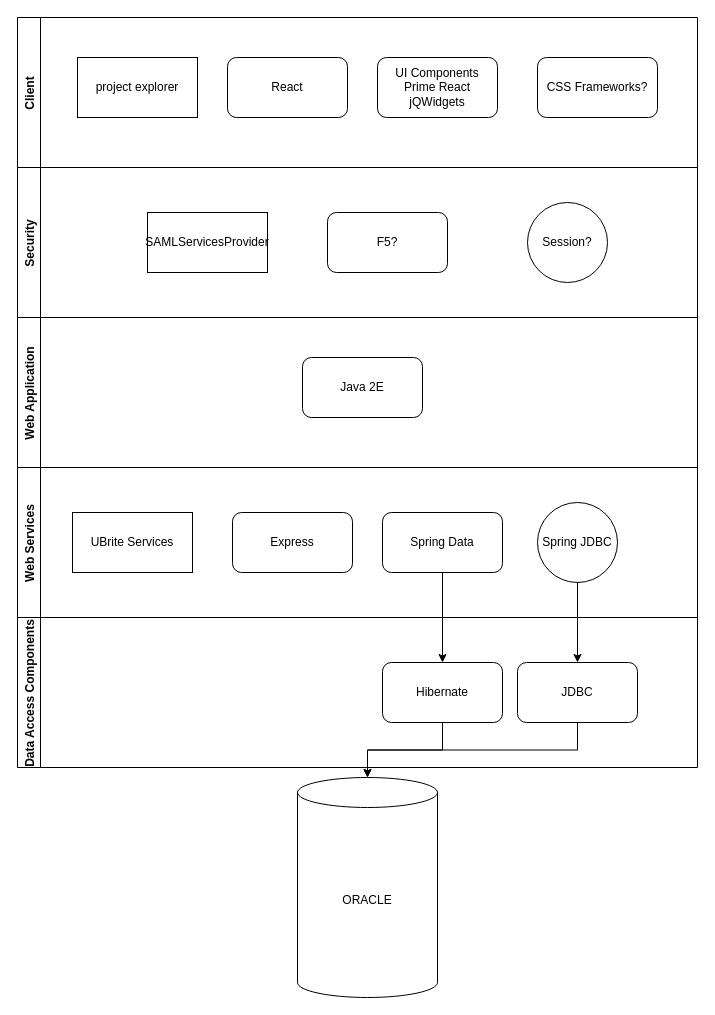
ntimkovich/UAB-II-Diagrams keeps this draw.io diagram as page "Current" (1 of 4) of Tech Stack Options.drawio. Above is the earlier version. Source tidied: cells renumbered, new cells numbered last; positions are measured from the earlier drawing's top-left corner, leaving out a move shared by most shapes. Both pictures are drawn from the tidied source at 100%, with x=0, y=0 at pixel (17, 17).
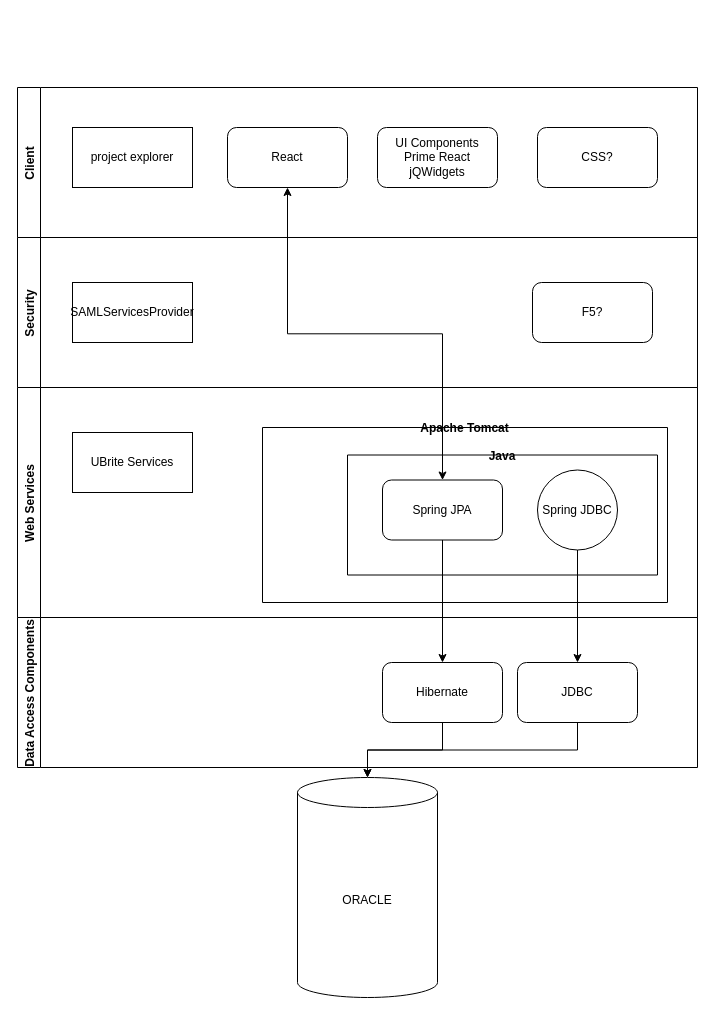
Above is the later version.

The change refers to these unchanged cells:
```xml
<mxCell id="4" value="Hibernate" style="rounded=1;whiteSpace=wrap;html=1;" parent="3" vertex="1">
  <mxGeometry x="365" y="45" width="120" height="60" as="geometry" />
</mxCell>
<mxCell id="5" value="JDBC" style="rounded=1;whiteSpace=wrap;html=1;" parent="3" vertex="1">
  <mxGeometry x="500" y="45" width="120" height="60" as="geometry" />
</mxCell>
<mxCell id="9" value="React" style="rounded=1;whiteSpace=wrap;html=1;" parent="8" vertex="1">
  <mxGeometry x="210" y="40" width="120" height="60" as="geometry" />
</mxCell>
```

Diff of the diagram source:
```diff
@@
-    <mxCell id="0" />
-    <mxCell id="1" parent="0" />
+    <mxCell id="26" />
+    <mxCell id="27" parent="26" />
-    <mxCell id="2" value="ORACLE" style="shape=cylinder3;whiteSpace=wrap;html=1;boundedLbl=1;backgroundOutline=1;size=15;" parent="1" vertex="1">
+    <mxCell id="2" value="ORACLE" style="shape=cylinder3;whiteSpace=wrap;html=1;boundedLbl=1;backgroundOutline=1;size=15;" parent="27" vertex="1">
       <mxGeometry x="280" y="760" width="140" height="220" as="geometry" />
     </mxCell>
-    <mxCell id="3" value="Data Access Components" style="swimlane;horizontal=0;" parent="1" vertex="1">
+    <mxCell id="3" value="Data Access Components" style="swimlane;horizontal=0;" parent="27" vertex="1">
       <mxGeometry y="600" width="680" height="150" as="geometry" />
     </mxCell>
@@
-    <mxCell id="6" value="Web Application" style="swimlane;horizontal=0;" parent="1" vertex="1">
-      <mxGeometry y="300" width="680" height="150" as="geometry" />
-    </mxCell>
-    <mxCell id="7" value="Java 2E" style="rounded=1;whiteSpace=wrap;html=1;" parent="6" vertex="1">
-      <mxGeometry x="285" y="40" width="120" height="60" as="geometry" />
-    </mxCell>
-    <mxCell id="8" value="Client" style="swimlane;horizontal=0;startSize=23;" parent="1" vertex="1">
-      <mxGeometry width="680" height="150" as="geometry" />
+    <mxCell id="8" value="Client" style="swimlane;horizontal=0;startSize=23;" parent="27" vertex="1">
+      <mxGeometry y="70" width="680" height="150" as="geometry" />
     </mxCell>
@@
-    <mxCell id="10" value="CSS Frameworks?" style="rounded=1;whiteSpace=wrap;html=1;" parent="8" vertex="1">
-      <mxGeometry x="520" y="40" width="120" height="60" as="geometry" />
-    </mxCell>
+    <mxCell id="28" value="CSS?" style="rounded=1;whiteSpace=wrap;html=1;" parent="8" vertex="1">
+      <mxGeometry x="520" y="40" width="120" height="60" as="geometry" />
+    </mxCell>
@@
     <mxCell id="12" value="project explorer" style="rounded=0;whiteSpace=wrap;html=1;" parent="8" vertex="1">
-      <mxGeometry x="60" y="40" width="120" height="60" as="geometry" />
+      <mxGeometry x="55" y="40" width="120" height="60" as="geometry" />
     </mxCell>
-    <mxCell id="13" value="Security" style="swimlane;horizontal=0;" parent="1" vertex="1">
-      <mxGeometry y="150" width="680" height="150" as="geometry" />
+    <mxCell id="13" value="Security" style="swimlane;horizontal=0;" parent="27" vertex="1">
+      <mxGeometry y="220" width="680" height="150" as="geometry" />
     </mxCell>
     <mxCell id="14" value="F5?" style="rounded=1;whiteSpace=wrap;html=1;" parent="13" vertex="1">
-      <mxGeometry x="310" y="45" width="120" height="60" as="geometry" />
+      <mxGeometry x="515" y="45" width="120" height="60" as="geometry" />
     </mxCell>
-    <mxCell id="15" value="Session?" style="ellipse;whiteSpace=wrap;html=1;" parent="13" vertex="1">
-      <mxGeometry x="510" y="35" width="80" height="80" as="geometry" />
-    </mxCell>
     <mxCell id="16" value="SAMLServicesProvider" style="rounded=0;whiteSpace=wrap;html=1;" parent="13" vertex="1">
-      <mxGeometry x="130" y="45" width="120" height="60" as="geometry" />
+      <mxGeometry x="55" y="45" width="120" height="60" as="geometry" />
     </mxCell>
-    <mxCell id="17" value="Web Services" style="swimlane;horizontal=0;" parent="1" vertex="1">
-      <mxGeometry y="450" width="680" height="150" as="geometry" />
+    <mxCell id="17" value="Web Services" style="swimlane;horizontal=0;" parent="27" vertex="1">
+      <mxGeometry y="370" width="680" height="230" as="geometry" />
     </mxCell>
-    <mxCell id="18" value="Express" style="rounded=1;whiteSpace=wrap;html=1;" parent="17" vertex="1">
-      <mxGeometry x="215" y="45" width="120" height="60" as="geometry" />
-    </mxCell>
-    <mxCell id="19" value="Spring Data" style="rounded=1;whiteSpace=wrap;html=1;" parent="17" vertex="1">
-      <mxGeometry x="365" y="45" width="120" height="60" as="geometry" />
-    </mxCell>
@@
+    <mxCell id="29" value="Apache Tomcat" style="swimlane;startSize=0;" parent="17" vertex="1">
+      <mxGeometry x="245" y="40" width="405" height="175" as="geometry" />
+    </mxCell>
+    <mxCell id="30" value="Java" style="swimlane;startSize=0;" parent="29" vertex="1">
+      <mxGeometry x="85" y="27.5" width="310" height="120" as="geometry" />
+    </mxCell>
+    <mxCell id="31" value="Spring JPA" style="rounded=1;whiteSpace=wrap;html=1;" parent="30" vertex="1">
+      <mxGeometry x="35" y="25" width="120" height="60" as="geometry" />
+    </mxCell>
-    <mxCell id="21" value="Spring JDBC" style="ellipse;whiteSpace=wrap;html=1;" parent="17" vertex="1">
-      <mxGeometry x="520" y="35" width="80" height="80" as="geometry" />
+    <mxCell id="21" value="Spring JDBC" style="ellipse;whiteSpace=wrap;html=1;" parent="30" vertex="1">
+      <mxGeometry x="190" y="15" width="80" height="80" as="geometry" />
     </mxCell>
-    <mxCell id="22" style="edgeStyle=orthogonalEdgeStyle;rounded=0;jettySize=auto;html=1;" parent="1" edge="1" source="19" target="4">
-      <mxGeometry relative="1" as="geometry" />
-    </mxCell>
+    <mxCell id="32" style="edgeStyle=orthogonalEdgeStyle;rounded=0;jettySize=auto;html=1;" parent="27" edge="1" source="31" target="4">
+      <mxGeometry relative="1" as="geometry" />
+    </mxCell>
-    <mxCell id="23" style="edgeStyle=orthogonalEdgeStyle;rounded=0;jettySize=auto;html=1;" parent="1" edge="1" source="21" target="5">
+    <mxCell id="23" style="edgeStyle=orthogonalEdgeStyle;rounded=0;jettySize=auto;html=1;" parent="27" edge="1" source="21" target="5">
       <mxGeometry relative="1" as="geometry" />
     </mxCell>
-    <mxCell id="24" style="edgeStyle=orthogonalEdgeStyle;rounded=0;jettySize=auto;html=1;" parent="1" edge="1" source="4" target="2">
+    <mxCell id="24" style="edgeStyle=orthogonalEdgeStyle;rounded=0;jettySize=auto;html=1;" parent="27" edge="1" source="4" target="2">
       <mxGeometry relative="1" as="geometry" />
     </mxCell>
-    <mxCell id="25" style="edgeStyle=orthogonalEdgeStyle;rounded=0;jettySize=auto;html=1;exitX=0.5;exitY=1;exitDx=0;exitDy=0;entryX=0.5;entryY=0;entryDx=0;entryDy=0;entryPerimeter=0;" parent="1" edge="1" source="5" target="2">
+    <mxCell id="25" style="edgeStyle=orthogonalEdgeStyle;rounded=0;jettySize=auto;html=1;exitX=0.5;exitY=1;exitDx=0;exitDy=0;entryX=0.5;entryY=0;entryDx=0;entryDy=0;entryPerimeter=0;" parent="27" edge="1" source="5" target="2">
       <mxGeometry relative="1" as="geometry" />
     </mxCell>
+    <mxCell id="33" style="edgeStyle=orthogonalEdgeStyle;rounded=0;jettySize=auto;html=1;exitX=0.5;exitY=1;exitDx=0;exitDy=0;entryX=0.5;entryY=0;entryDx=0;entryDy=0;startArrow=classic;startFill=1;" parent="27" edge="1" source="9" target="31">
+      <mxGeometry relative="1" as="geometry" />
+    </mxCell>
```
